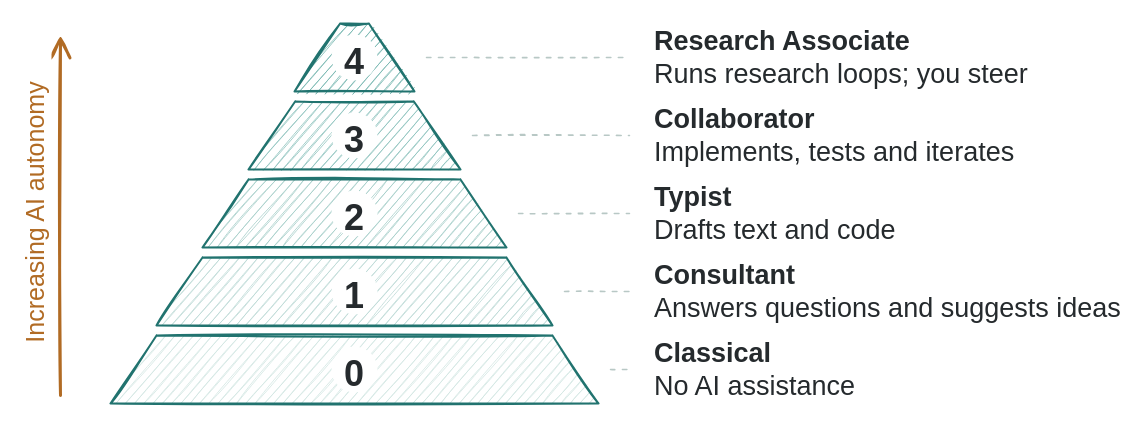
Above: assets/ai_usage_levels.drawio in MathisRost/agentic-ai-math (draw.io), before the change. Source tidied: cells renumbered, new cells numbered last; positions are measured from the earlier drawing's top-left corner, leaving out a move shared by most shapes. Both pictures are drawn from the tidied source at 100%, with x=0, y=0 at pixel (-126, 19).
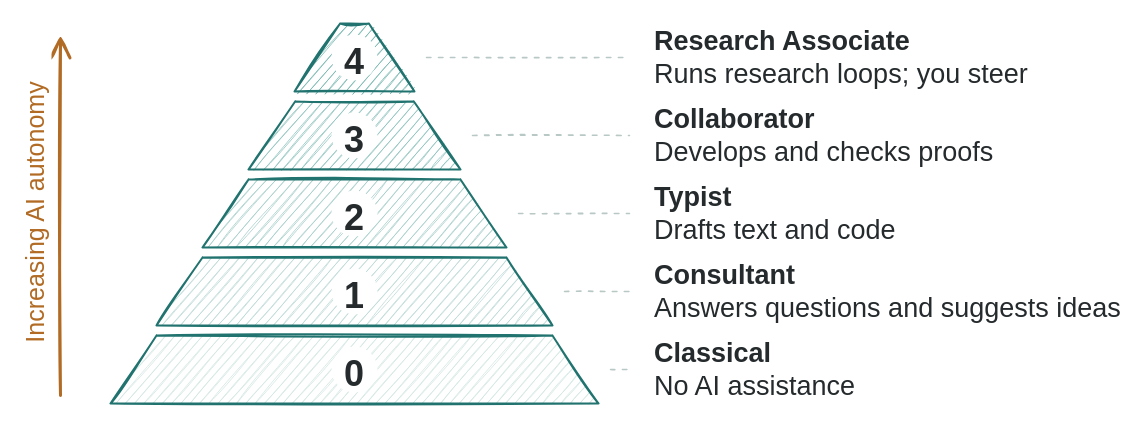
The same page after the edit.

Diff of the diagram source:
```diff
@@
-    <mxCell id="13" value="&lt;b&gt;Collaborator&lt;/b&gt;&lt;br&gt;Implements, tests and iterates" style="text;html=1;strokeColor=none;fillColor=none;align=left;verticalAlign=middle;whiteSpace=wrap;rounded=0;fontFamily=Kalam;fontSize=27;fontColor=#252A2D;spacing=0;" parent="1" vertex="1">
+    <mxCell id="13" value="&lt;b&gt;Collaborator&lt;/b&gt;&lt;br&gt;Develops and checks proofs" style="text;html=1;strokeColor=none;fillColor=none;align=left;verticalAlign=middle;whiteSpace=wrap;rounded=0;fontFamily=Kalam;fontSize=27;fontColor=#252A2D;spacing=0;" parent="1" vertex="1">
       <mxGeometry x="780" y="78" width="475" height="76" as="geometry" />
     </mxCell>
```
